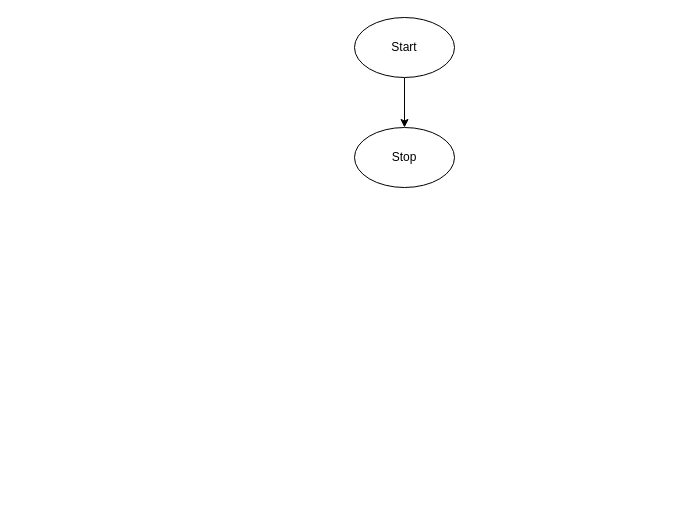
The draw.io diagram design/flowchart.drawio in MTHS-ICD2O-1-2023/ICD2O-1-2023-Final-Project-Giordan-Zeina-Nathan-De-Silva, before the edit. Source tidied: cells renumbered, new cells numbered last; positions are measured from the earlier drawing's top-left corner, leaving out a move shared by most shapes. Both pictures are drawn from the tidied source at 100%, with x=0, y=0 at pixel (354, 17).
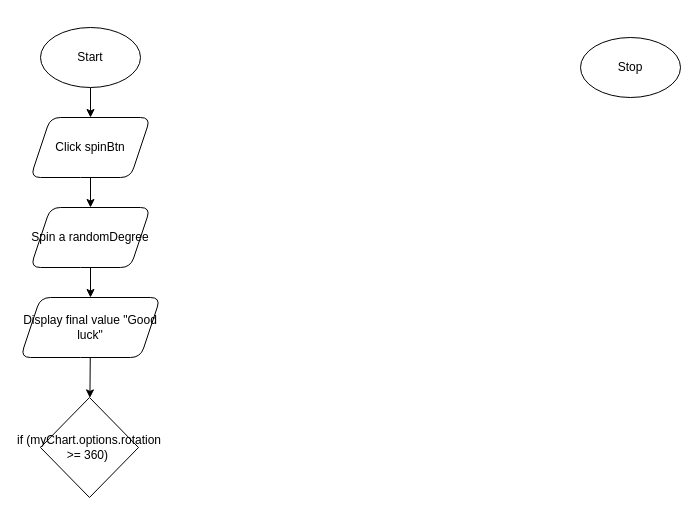
The same page after the edit.

The edit, as a diff of the source:
```diff
@@
 <mxGraphModel>
   <root>
     <mxCell id="0" />
     <mxCell id="1" parent="0" />
-    <mxCell id="2" style="edgeStyle=none;html=1;" parent="1" edge="1" source="3">
-      <mxGeometry relative="1" as="geometry">
-        <mxPoint x="50" y="110" as="targetPoint" />
-      </mxGeometry>
-    </mxCell>
+    <mxCell id="5" style="edgeStyle=none;html=1;entryX=0.5;entryY=0;entryDx=0;entryDy=0;" parent="1" edge="1" source="3" target="7">
+      <mxGeometry relative="1" as="geometry" />
+    </mxCell>
     <mxCell id="3" value="Start" style="ellipse;whiteSpace=wrap;html=1;" parent="1" vertex="1">
-      <mxGeometry width="100" height="60" as="geometry" />
+      <mxGeometry x="-314" y="10" width="100" height="60" as="geometry" />
     </mxCell>
     <mxCell id="4" value="Stop" style="ellipse;whiteSpace=wrap;html=1;" parent="1" vertex="1">
-      <mxGeometry y="110" width="100" height="60" as="geometry" />
+      <mxGeometry x="226" y="20" width="100" height="60" as="geometry" />
     </mxCell>
+    <mxCell id="6" style="edgeStyle=none;html=1;" parent="1" edge="1" source="7" target="9">
+      <mxGeometry relative="1" as="geometry" />
+    </mxCell>
+    <mxCell id="7" value="Click spinBtn" style="shape=parallelogram;perimeter=parallelogramPerimeter;whiteSpace=wrap;html=1;fixedSize=1;rounded=1;" parent="1" vertex="1">
+      <mxGeometry x="-324" y="100" width="120" height="60" as="geometry" />
+    </mxCell>
+    <mxCell id="8" style="edgeStyle=none;html=1;" parent="1" edge="1" source="9" target="11">
+      <mxGeometry relative="1" as="geometry" />
+    </mxCell>
+    <mxCell id="9" value="Spin a randomDegree" style="shape=parallelogram;perimeter=parallelogramPerimeter;whiteSpace=wrap;html=1;fixedSize=1;rounded=1;" parent="1" vertex="1">
+      <mxGeometry x="-324" y="190" width="120" height="60" as="geometry" />
+    </mxCell>
+    <mxCell id="10" style="edgeStyle=none;html=1;" parent="1" edge="1" source="11" target="12">
+      <mxGeometry relative="1" as="geometry" />
+    </mxCell>
+    <mxCell id="11" value="Display final value &quot;Good luck&quot;" style="shape=parallelogram;perimeter=parallelogramPerimeter;whiteSpace=wrap;html=1;fixedSize=1;rounded=1;" parent="1" vertex="1">
+      <mxGeometry x="-334" y="280" width="140" height="60" as="geometry" />
+    </mxCell>
+    <mxCell id="12" value="if&amp;nbsp;(myChart.options.rotation &amp;gt;= 360)&amp;nbsp;" style="rhombus;whiteSpace=wrap;html=1;rounded=0;" parent="1" vertex="1">
+      <mxGeometry x="-314" y="380" width="98" height="100" as="geometry" />
+    </mxCell>
   </root>
 </mxGraphModel>
```
